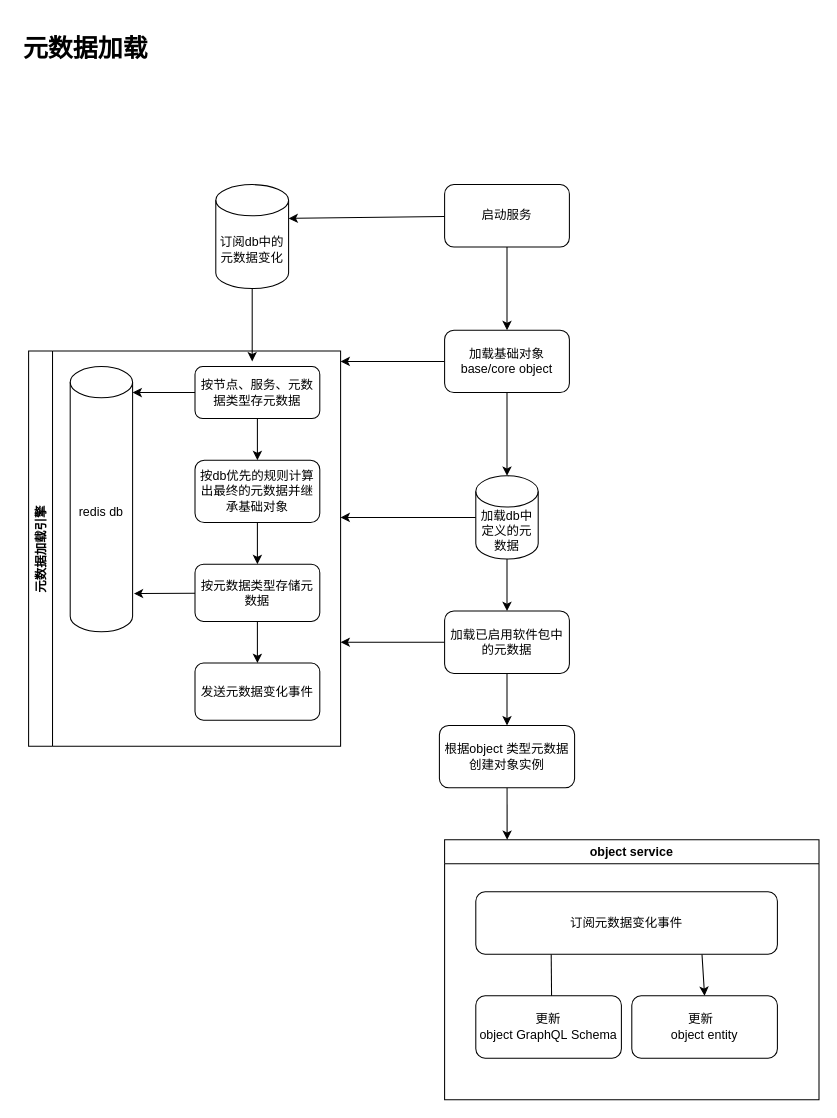
The draw.io diagram docs/diagrams/Metadata Loading.drawio in steedos/steedos-platform, before the edit. Source tidied: cells renumbered, new cells numbered last; positions are measured from the earlier drawing's top-left corner, leaving out a move shared by most shapes. Both pictures are drawn from the tidied source at 104%, with x=0, y=0 at pixel (18, 28).
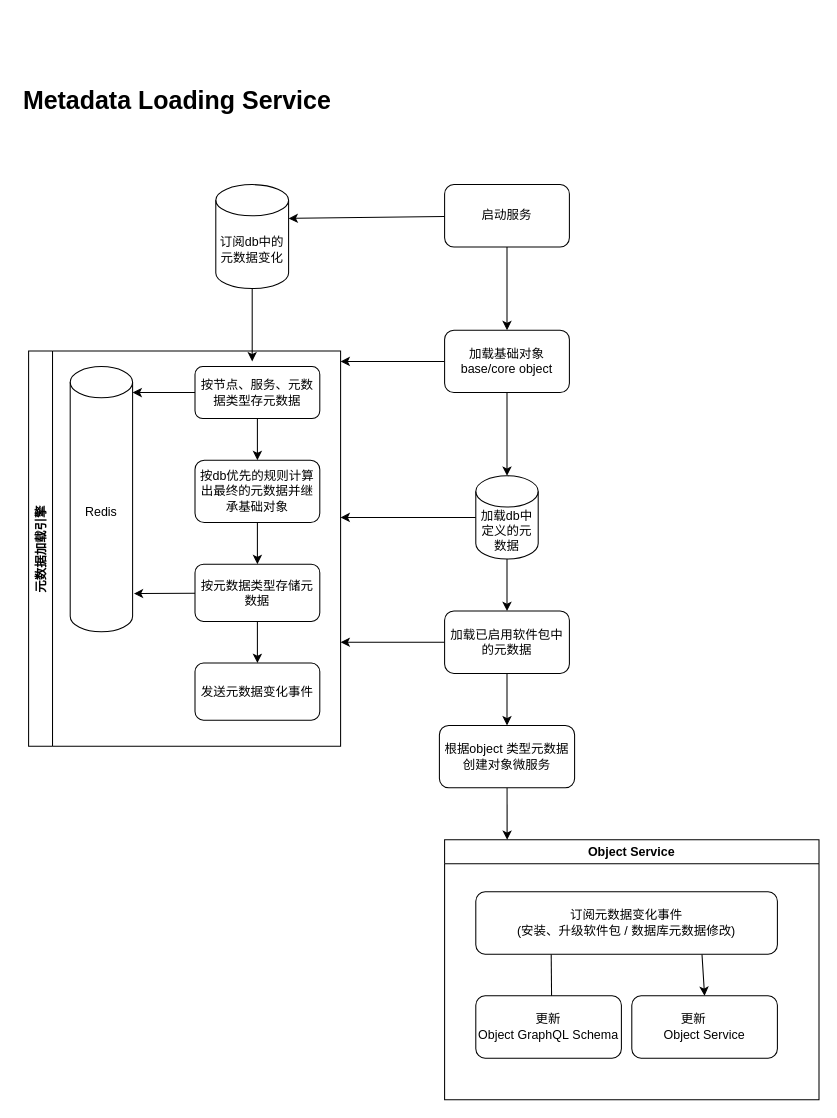
The same diagram, later.

Unchanged cells that the change refers to:
```xml
<mxCell id="12" value="元数据加载引擎" style="swimlane;horizontal=0;" parent="1" vertex="1">
  <mxGeometry x="10" y="310" width="300" height="380" as="geometry" />
</mxCell>
```

Change to the diagram source:
```diff
@@
-<mxGraphModel>
+<mxGraphModel background="#ffffff">
@@
-    <mxCell id="2" value="&lt;h1&gt;元数据加载&lt;/h1&gt;" style="text;html=1;strokeColor=none;fillColor=none;spacing=5;spacingTop=-20;whiteSpace=wrap;overflow=hidden;rounded=0;" parent="1" vertex="1">
-      <mxGeometry width="770" height="120" as="geometry" />
+    <mxCell id="2" value="&lt;h1&gt;Metadata Loading Service&lt;/h1&gt;" style="text;html=1;strokeColor=none;fillColor=none;spacing=5;spacingTop=-20;whiteSpace=wrap;overflow=hidden;rounded=0;" parent="1" vertex="1">
+      <mxGeometry y="50" width="770" height="80" as="geometry" />
     </mxCell>
@@
-    <mxCell id="21" value="redis db" style="shape=cylinder3;whiteSpace=wrap;html=1;boundedLbl=1;backgroundOutline=1;size=15;" parent="12" vertex="1">
+    <mxCell id="21" value="Redis" style="shape=cylinder3;whiteSpace=wrap;html=1;boundedLbl=1;backgroundOutline=1;size=15;" parent="12" vertex="1">
       <mxGeometry x="40" y="15" width="60" height="255" as="geometry" />
     </mxCell>
@@
-    <mxCell id="28" value="object service" style="swimlane;" parent="1" vertex="1">
+    <mxCell id="28" value="Object Service" style="swimlane;" parent="1" vertex="1">
       <mxGeometry x="410" y="780" width="360" height="250" as="geometry" />
     </mxCell>
@@
-    <mxCell id="31" value="&lt;span&gt;订阅元数据变化事件&lt;/span&gt;" style="rounded=1;whiteSpace=wrap;html=1;" parent="28" vertex="1">
+    <mxCell id="31" value="&lt;span&gt;订阅元数据变化事件&lt;br&gt;(安装、升级软件包 / 数据库元数据修改)&lt;br&gt;&lt;/span&gt;" style="rounded=1;whiteSpace=wrap;html=1;" parent="28" vertex="1">
       <mxGeometry x="30" y="50" width="290" height="60" as="geometry" />
     </mxCell>
-    <mxCell id="32" value="更新object&amp;nbsp;&lt;span style=&quot;text-align: left&quot;&gt;GraphQL&amp;nbsp;Schema&lt;/span&gt;" style="rounded=1;whiteSpace=wrap;html=1;" parent="28" vertex="1">
+    <mxCell id="32" value="更新Object&amp;nbsp;&lt;span style=&quot;text-align: left&quot;&gt;GraphQL&amp;nbsp;Schema&lt;/span&gt;" style="rounded=1;whiteSpace=wrap;html=1;" parent="28" vertex="1">
       <mxGeometry x="30" y="150" width="140" height="60" as="geometry" />
     </mxCell>
-    <mxCell id="33" value="&lt;div style=&quot;text-align: left&quot;&gt;&lt;span&gt;&amp;nbsp; &amp;nbsp; &amp;nbsp;更新&lt;br&gt;object&amp;nbsp;&lt;/span&gt;&lt;span&gt;entity&lt;/span&gt;&lt;/div&gt;" style="rounded=1;whiteSpace=wrap;html=1;" parent="28" vertex="1">
+    <mxCell id="33" value="&lt;div style=&quot;text-align: left&quot;&gt;&lt;span&gt;&amp;nbsp; &amp;nbsp; &amp;nbsp;更新&lt;/span&gt;&lt;/div&gt;&lt;div style=&quot;text-align: left&quot;&gt;&lt;span&gt;Object&amp;nbsp;&lt;/span&gt;&lt;span&gt;Service&lt;/span&gt;&lt;/div&gt;" style="rounded=1;whiteSpace=wrap;html=1;" parent="28" vertex="1">
       <mxGeometry x="180" y="150" width="140" height="60" as="geometry" />
     </mxCell>
@@
-    <mxCell id="35" value="根据object 类型元数据&lt;br&gt;创建对象实例" style="rounded=1;whiteSpace=wrap;html=1;" parent="1" vertex="1">
+    <mxCell id="35" value="根据object 类型元数据&lt;br&gt;创建对象微服务" style="rounded=1;whiteSpace=wrap;html=1;" parent="1" vertex="1">
       <mxGeometry x="405" y="670" width="130" height="60" as="geometry" />
     </mxCell>
```
